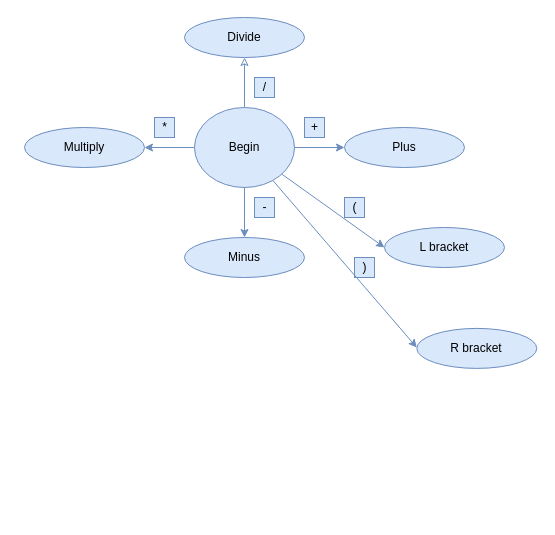
This is src/Untitled Diagram.drawio from poli-cz/VUT-IFJ, a draw.io file, before an edit. Source tidied: cells renumbered, new cells numbered last; positions are measured from the earlier drawing's top-left corner, leaving out a move shared by most shapes. Both pictures are drawn from the tidied source at 100%, with x=0, y=0 at pixel (24, 17).
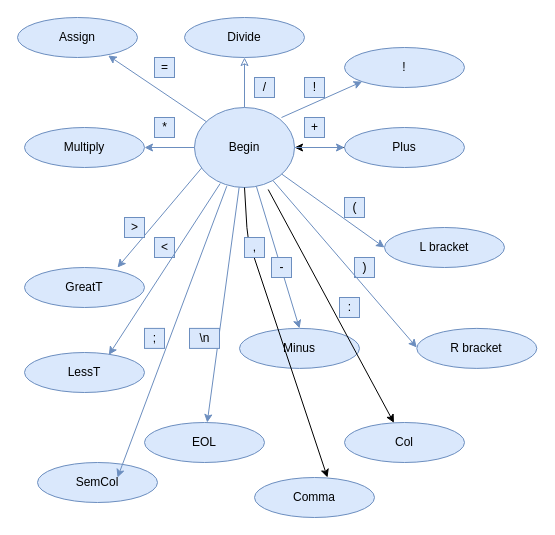
After the change.

The change refers to these unchanged cells:
```xml
<mxCell id="4" value="Begin" style="ellipse;whiteSpace=wrap;html=1;shadow=0;fontFamily=Helvetica;fontSize=12;align=center;strokeColor=#6c8ebf;strokeWidth=1;fillColor=#dae8fc;" parent="1" vertex="1">
  <mxGeometry x="170" y="90" width="100" height="80" as="geometry" />
</mxCell>
<mxCell id="5" value="Plus" style="ellipse;whiteSpace=wrap;html=1;shadow=0;fontFamily=Helvetica;fontSize=12;align=center;strokeColor=#6c8ebf;strokeWidth=1;fillColor=#dae8fc;" parent="1" vertex="1">
  <mxGeometry x="320" y="110" width="120" height="40" as="geometry" />
</mxCell>
```

What changed in the source:
```diff
@@
+    <mxCell id="21" style="edgeStyle=orthogonalEdgeStyle;rounded=0;jettySize=auto;html=1;" parent="1" edge="1" source="5" target="4">
+      <mxGeometry relative="1" as="geometry" />
+    </mxCell>
@@
     <mxCell id="9" value="Minus" style="ellipse;whiteSpace=wrap;html=1;shadow=0;fontFamily=Helvetica;fontSize=12;align=center;strokeColor=#6c8ebf;strokeWidth=1;fillColor=#dae8fc;" parent="1" vertex="1">
-      <mxGeometry x="160" y="220" width="120" height="40" as="geometry" />
+      <mxGeometry x="215" y="310.9" width="120" height="40" as="geometry" />
     </mxCell>
@@
     <mxCell id="20" value="-" style="text;html=1;align=center;verticalAlign=middle;fillColor=#dae8fc;strokeColor=#6c8ebf;" parent="1" vertex="1">
-      <mxGeometry x="230" y="180" width="20" height="20" as="geometry" />
+      <mxGeometry x="247" y="240" width="20" height="20" as="geometry" />
     </mxCell>
+    <mxCell id="22" value="GreatT" style="ellipse;whiteSpace=wrap;html=1;shadow=0;fontFamily=Helvetica;fontSize=12;align=center;strokeColor=#6c8ebf;strokeWidth=1;fillColor=#dae8fc;" parent="1" vertex="1">
+      <mxGeometry y="250" width="120" height="40" as="geometry" />
+    </mxCell>
+    <mxCell id="23" value="LessT" style="ellipse;whiteSpace=wrap;html=1;shadow=0;fontFamily=Helvetica;fontSize=12;align=center;strokeColor=#6c8ebf;strokeWidth=1;fillColor=#dae8fc;" parent="1" vertex="1">
+      <mxGeometry y="335" width="120" height="40" as="geometry" />
+    </mxCell>
+    <mxCell id="24" style="endArrow=classic;html=1;entryX=0.07;entryY=0.758;entryDx=0;entryDy=0;entryPerimeter=0;exitX=0.07;exitY=0.758;exitDx=0;exitDy=0;exitPerimeter=0;fillColor=#dae8fc;strokeColor=#6c8ebf;" parent="1" edge="1" source="4">
+      <mxGeometry relative="1" as="geometry">
+        <mxPoint x="93" y="250" as="targetPoint" />
+      </mxGeometry>
+    </mxCell>
+    <mxCell id="25" value="&amp;gt;" style="text;html=1;align=center;verticalAlign=middle;fillColor=#dae8fc;strokeColor=#6c8ebf;" parent="1" vertex="1">
+      <mxGeometry x="100" y="200" width="20" height="20" as="geometry" />
+    </mxCell>
+    <mxCell id="26" value="&amp;lt;" style="text;html=1;align=center;verticalAlign=middle;fillColor=#dae8fc;strokeColor=#6c8ebf;" parent="1" vertex="1">
+      <mxGeometry x="130" y="220" width="20" height="20" as="geometry" />
+    </mxCell>
+    <mxCell id="27" style="endArrow=classic;html=1;entryX=0.703;entryY=0.058;entryDx=0;entryDy=0;entryPerimeter=0;exitX=0.257;exitY=0.95;exitDx=0;exitDy=0;exitPerimeter=0;fillColor=#dae8fc;strokeColor=#6c8ebf;" parent="1" edge="1" source="4" target="23">
+      <mxGeometry relative="1" as="geometry" />
+    </mxCell>
+    <mxCell id="28" value="Assign" style="ellipse;whiteSpace=wrap;html=1;shadow=0;fontFamily=Helvetica;fontSize=12;align=center;strokeColor=#6c8ebf;strokeWidth=1;fillColor=#dae8fc;" parent="1" vertex="1">
+      <mxGeometry x="-7" width="120" height="40" as="geometry" />
+    </mxCell>
+    <mxCell id="29" style="endArrow=classic;html=1;entryX=0.756;entryY=0.95;entryDx=0;entryDy=0;entryPerimeter=0;fillColor=#dae8fc;strokeColor=#6c8ebf;" parent="1" edge="1" source="4" target="28">
+      <mxGeometry relative="1" as="geometry" />
+    </mxCell>
+    <mxCell id="30" value="=" style="text;html=1;align=center;verticalAlign=middle;fillColor=#dae8fc;strokeColor=#6c8ebf;" parent="1" vertex="1">
+      <mxGeometry x="130" y="40" width="20" height="20" as="geometry" />
+    </mxCell>
+    <mxCell id="31" value="!" style="ellipse;whiteSpace=wrap;html=1;shadow=0;fontFamily=Helvetica;fontSize=12;align=center;strokeColor=#6c8ebf;strokeWidth=1;fillColor=#dae8fc;" parent="1" vertex="1">
+      <mxGeometry x="320" y="30" width="120" height="40" as="geometry" />
+    </mxCell>
+    <mxCell id="32" style="endArrow=classic;html=1;strokeColor=#6c8ebf;fillColor=#dae8fc;fontColor=#5C5C5C;entryX=0;entryY=1;entryDx=0;entryDy=0;exitX=1;exitY=0.5;exitDx=0;exitDy=0;" parent="1" edge="1" target="31">
+      <mxGeometry relative="1" as="geometry">
+        <mxPoint x="257" y="100" as="sourcePoint" />
+      </mxGeometry>
+    </mxCell>
+    <mxCell id="33" value="!" style="text;html=1;align=center;verticalAlign=middle;fillColor=#dae8fc;strokeColor=#6c8ebf;" parent="1" vertex="1">
+      <mxGeometry x="280" y="60" width="20" height="20" as="geometry" />
+    </mxCell>
+    <mxCell id="34" value="EOL" style="ellipse;whiteSpace=wrap;html=1;shadow=0;fontFamily=Helvetica;fontSize=12;align=center;strokeColor=#6c8ebf;strokeWidth=1;fillColor=#dae8fc;" parent="1" vertex="1">
+      <mxGeometry x="120" y="405" width="120" height="40" as="geometry" />
+    </mxCell>
+    <mxCell id="35" style="endArrow=classic;html=1;fillColor=#dae8fc;strokeColor=#6c8ebf;" parent="1" edge="1" source="4" target="34">
+      <mxGeometry relative="1" as="geometry" />
+    </mxCell>
+    <mxCell id="36" value="\n" style="text;html=1;align=center;verticalAlign=middle;fillColor=#dae8fc;strokeColor=#6c8ebf;" parent="1" vertex="1">
+      <mxGeometry x="165" y="310.9" width="30" height="20" as="geometry" />
+    </mxCell>
+    <mxCell id="37" value="Col" style="ellipse;whiteSpace=wrap;html=1;shadow=0;fontFamily=Helvetica;fontSize=12;align=center;strokeColor=#6c8ebf;strokeWidth=1;fillColor=#dae8fc;" parent="1" vertex="1">
+      <mxGeometry x="320" y="405" width="120" height="40" as="geometry" />
+    </mxCell>
+    <mxCell id="38" style="endArrow=classic;html=1;exitX=0.737;exitY=1.025;exitDx=0;exitDy=0;exitPerimeter=0;" parent="1" edge="1" source="4" target="37">
+      <mxGeometry relative="1" as="geometry" />
+    </mxCell>
+    <mxCell id="39" value=":" style="text;html=1;align=center;verticalAlign=middle;fillColor=#dae8fc;strokeColor=#6c8ebf;" parent="1" vertex="1">
+      <mxGeometry x="315" y="280" width="20" height="20" as="geometry" />
+    </mxCell>
+    <mxCell id="40" value="SemCol" style="ellipse;whiteSpace=wrap;html=1;shadow=0;fontFamily=Helvetica;fontSize=12;align=center;strokeColor=#6c8ebf;strokeWidth=1;fillColor=#dae8fc;" parent="1" vertex="1">
+      <mxGeometry x="13" y="445" width="120" height="40" as="geometry" />
+    </mxCell>
+    <mxCell id="41" style="endArrow=classic;html=1;strokeColor=#6c8ebf;fillColor=#dae8fc;fontColor=#5C5C5C;entryX=0.667;entryY=0.375;entryDx=0;entryDy=0;exitX=0.323;exitY=0.983;exitDx=0;exitDy=0;exitPerimeter=0;entryPerimeter=0;" parent="1" edge="1" source="4" target="40">
+      <mxGeometry relative="1" as="geometry" />
+    </mxCell>
+    <mxCell id="42" value=";" style="text;html=1;align=center;verticalAlign=middle;fillColor=#dae8fc;strokeColor=#6c8ebf;" parent="1" vertex="1">
+      <mxGeometry x="120" y="310.9" width="20" height="20" as="geometry" />
+    </mxCell>
+    <mxCell id="43" value="Comma" style="ellipse;whiteSpace=wrap;html=1;shadow=0;fontFamily=Helvetica;fontSize=12;align=center;strokeColor=#6c8ebf;strokeWidth=1;fillColor=#dae8fc;" parent="1" vertex="1">
+      <mxGeometry x="230" y="460" width="120" height="40" as="geometry" />
+    </mxCell>
+    <mxCell id="44" style="endArrow=classic;html=1;entryX=0.608;entryY=0;entryDx=0;entryDy=0;entryPerimeter=0;exitX=0.5;exitY=1;exitDx=0;exitDy=0;" parent="1" edge="1" source="4" target="43">
+      <mxGeometry relative="1" as="geometry">
+        <Array as="points">
+          <mxPoint x="223" y="220" />
+        </Array>
+      </mxGeometry>
+    </mxCell>
+    <mxCell id="45" value="," style="text;html=1;align=center;verticalAlign=middle;fillColor=#dae8fc;strokeColor=#6c8ebf;" parent="1" vertex="1">
+      <mxGeometry x="220" y="220" width="20" height="20" as="geometry" />
+    </mxCell>
```
